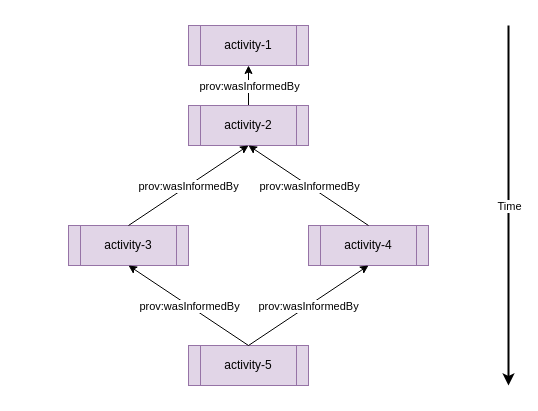
swiss/paf-link keeps this draw.io diagram as img/activities.drawio. Above is the earlier version. Source tidied: cells renumbered, new cells numbered last; positions are measured from the earlier drawing's top-left corner, leaving out a move shared by most shapes. Both pictures are drawn from the tidied source at 100%, with x=0, y=0 at pixel (68, 25).
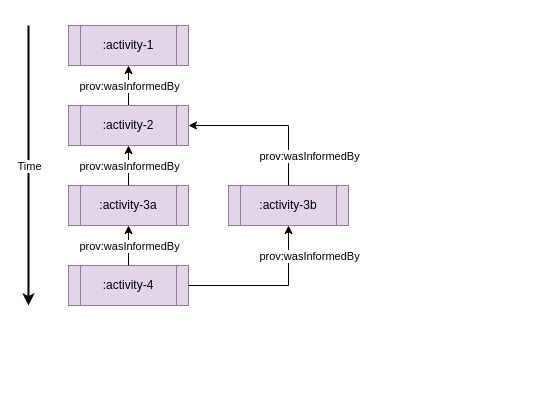
The same diagram, later.

Change to the diagram source:
```diff
@@
-    <mxCell id="2" value="activity-1" style="shape=process;whiteSpace=wrap;html=1;backgroundOutline=1;fillColor=#e1d5e7;strokeColor=#9673a6;" parent="1" vertex="1">
-      <mxGeometry x="120" width="120" height="40" as="geometry" />
+    <mxCell id="2" value=":activity-1" style="shape=process;whiteSpace=wrap;html=1;backgroundOutline=1;fillColor=#e1d5e7;strokeColor=#9673a6;" parent="1" vertex="1">
+      <mxGeometry width="120" height="40" as="geometry" />
     </mxCell>
@@
-    <mxCell id="5" value="activity-2" style="shape=process;whiteSpace=wrap;html=1;backgroundOutline=1;fillColor=#e1d5e7;strokeColor=#9673a6;" parent="1" vertex="1">
-      <mxGeometry x="120" y="80" width="120" height="40" as="geometry" />
+    <mxCell id="5" value=":activity-2" style="shape=process;whiteSpace=wrap;html=1;backgroundOutline=1;fillColor=#e1d5e7;strokeColor=#9673a6;" parent="1" vertex="1">
+      <mxGeometry y="80" width="120" height="40" as="geometry" />
     </mxCell>
-    <mxCell id="6" value="activity-3" style="shape=process;whiteSpace=wrap;html=1;backgroundOutline=1;fillColor=#e1d5e7;strokeColor=#9673a6;" parent="1" vertex="1">
-      <mxGeometry y="200" width="120" height="40" as="geometry" />
+    <mxCell id="6" value=":activity-3a" style="shape=process;whiteSpace=wrap;html=1;backgroundOutline=1;fillColor=#e1d5e7;strokeColor=#9673a6;" parent="1" vertex="1">
+      <mxGeometry y="160" width="120" height="40" as="geometry" />
     </mxCell>
-    <mxCell id="7" value="activity-4" style="shape=process;whiteSpace=wrap;html=1;backgroundOutline=1;fillColor=#e1d5e7;strokeColor=#9673a6;" parent="1" vertex="1">
-      <mxGeometry x="240" y="200" width="120" height="40" as="geometry" />
+    <mxCell id="7" value=":activity-3b" style="shape=process;whiteSpace=wrap;html=1;backgroundOutline=1;fillColor=#e1d5e7;strokeColor=#9673a6;" parent="1" vertex="1">
+      <mxGeometry x="160" y="160" width="120" height="40" as="geometry" />
     </mxCell>
-    <mxCell id="8" value="activity-5" style="shape=process;whiteSpace=wrap;html=1;backgroundOutline=1;fillColor=#e1d5e7;strokeColor=#9673a6;" parent="1" vertex="1">
-      <mxGeometry x="120" y="320" width="120" height="40" as="geometry" />
+    <mxCell id="8" value=":activity-4" style="shape=process;whiteSpace=wrap;html=1;backgroundOutline=1;fillColor=#e1d5e7;strokeColor=#9673a6;" parent="1" vertex="1">
+      <mxGeometry y="240" width="120" height="40" as="geometry" />
     </mxCell>
@@
-    <mxCell id="11" style="edgeStyle=none;html=1;exitX=0.5;exitY=0;exitDx=0;exitDy=0;entryX=0.5;entryY=1;entryDx=0;entryDy=0;" parent="1" edge="1" source="7" target="5">
+    <mxCell id="11" style="edgeStyle=orthogonalEdgeStyle;html=1;exitX=0.5;exitY=0;exitDx=0;exitDy=0;entryX=1;entryY=0.5;entryDx=0;entryDy=0;rounded=0;" parent="1" edge="1" source="7" target="5">
       <mxGeometry relative="1" as="geometry" />
     </mxCell>
     <mxCell id="12" value="prov:wasInformedBy" style="edgeLabel;html=1;align=center;verticalAlign=middle;" parent="11" vertex="1">
-      <mxGeometry relative="1" as="geometry" />
+      <mxGeometry relative="1" as="geometry">
+        <mxPoint x="40" y="30" as="offset" />
+      </mxGeometry>
     </mxCell>
@@
-    <mxCell id="15" style="edgeStyle=none;html=1;exitX=0.5;exitY=0;exitDx=0;exitDy=0;entryX=0.5;entryY=1;entryDx=0;entryDy=0;" parent="1" edge="1" source="8" target="7">
+    <mxCell id="15" style="edgeStyle=orthogonalEdgeStyle;html=1;exitX=1;exitY=0.5;exitDx=0;exitDy=0;entryX=0.5;entryY=1;entryDx=0;entryDy=0;rounded=0;" parent="1" edge="1" source="8" target="7">
       <mxGeometry relative="1" as="geometry" />
     </mxCell>
     <mxCell id="16" value="prov:wasInformedBy" style="edgeLabel;html=1;align=center;verticalAlign=middle;" parent="15" vertex="1">
-      <mxGeometry relative="1" as="geometry" />
+      <mxGeometry relative="1" as="geometry">
+        <mxPoint x="40" y="-30" as="offset" />
+      </mxGeometry>
     </mxCell>
     <mxCell id="17" style="endArrow=classic;html=1;strokeWidth=2;" parent="1" edge="1">
       <mxGeometry relative="1" as="geometry">
-        <mxPoint x="440" as="sourcePoint" />
-        <mxPoint x="440" y="360" as="targetPoint" />
+        <mxPoint x="-40" as="sourcePoint" />
+        <mxPoint x="-40" y="280" as="targetPoint" />
       </mxGeometry>
     </mxCell>
```
